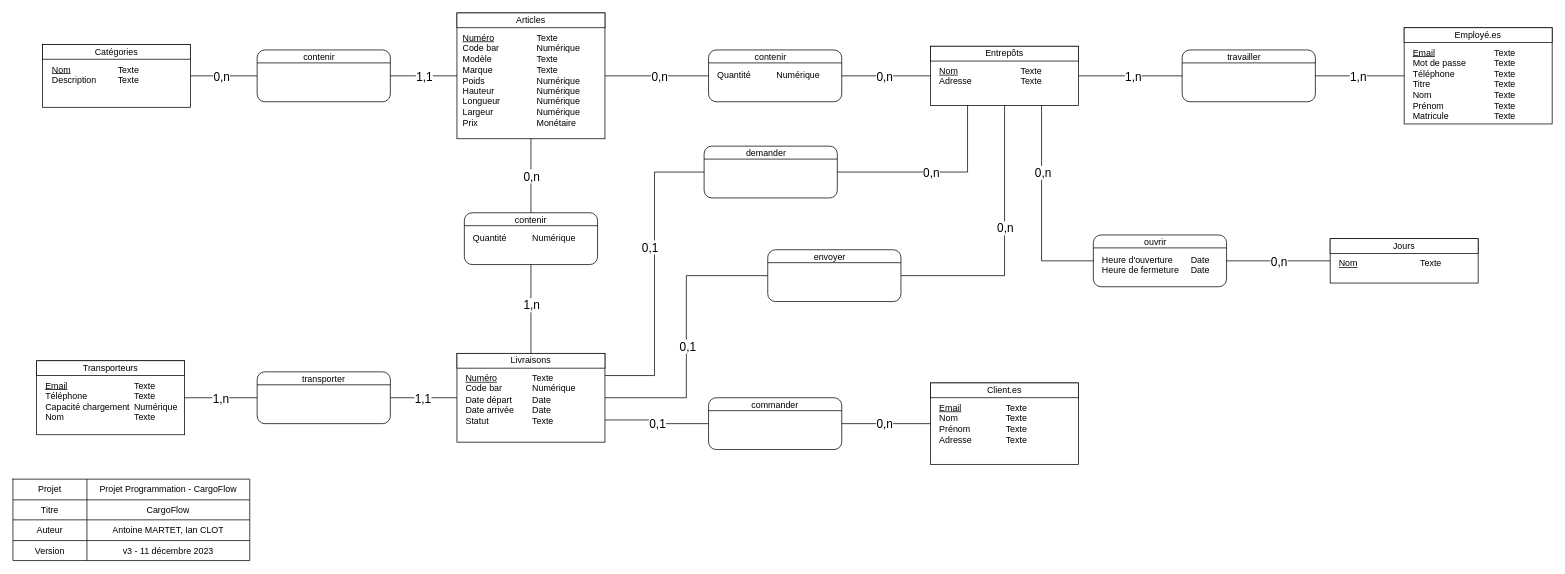
Earlier version of the draw.io diagram Documentation/CargoFlow_MCD_v3.drawio (AntoineMartet/CargoFlow). Source tidied: cells renumbered, new cells numbered last; positions are measured from the earlier drawing's top-left corner, leaving out a move shared by most shapes. Both pictures are drawn from the tidied source at 74%, with x=0, y=0 at pixel (13, 13).
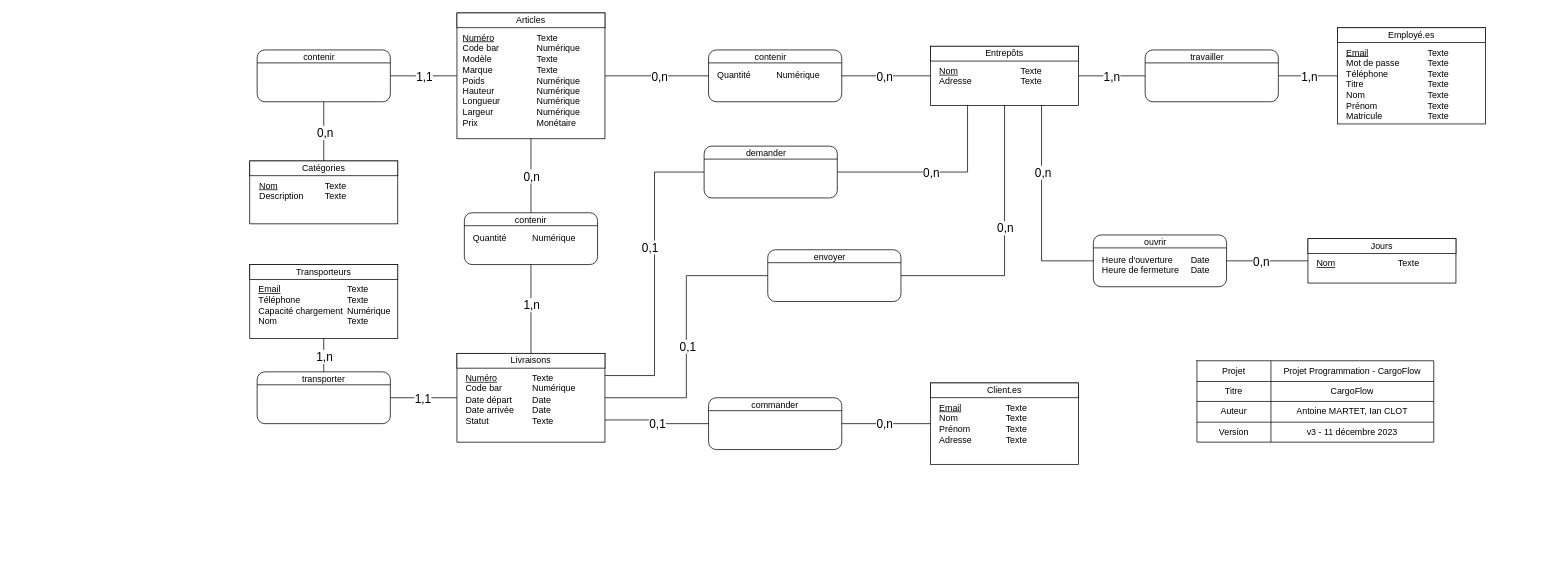
After the change.

The change refers to these unchanged cells:
```xml
<mxCell id="5" value="&lt;div style=&quot;box-sizing: border-box ; width: 100% ; padding: 2px&quot;&gt;&lt;br&gt;&lt;/div&gt;" style="verticalAlign=top;align=center;overflow=fill;html=1;rounded=1;shadow=0;comic=0;labelBackgroundColor=none;strokeColor=#000000;strokeWidth=1;fillColor=#ffffff;fontFamily=Verdana;fontSize=12;fontColor=#000000;" parent="1" vertex="1">
  <mxGeometry x="330" y="50" width="180" height="70" as="geometry" />
</mxCell>
<mxCell id="76" value="&lt;div style=&quot;box-sizing: border-box ; width: 100% ; padding: 2px&quot;&gt;&lt;br&gt;&lt;/div&gt;" style="verticalAlign=top;align=center;overflow=fill;html=1;rounded=1;shadow=0;comic=0;labelBackgroundColor=none;strokeColor=#000000;strokeWidth=1;fillColor=#ffffff;fontFamily=Verdana;fontSize=12;fontColor=#000000;" parent="1" vertex="1">
  <mxGeometry x="330" y="485" width="180" height="70" as="geometry" />
</mxCell>
<mxCell id="78" value="transporter" style="text;html=1;strokeColor=none;fillColor=none;align=center;verticalAlign=middle;whiteSpace=wrap;rounded=0;" parent="1" vertex="1">
  <mxGeometry x="360" y="485" width="120" height="20" as="geometry" />
</mxCell>
<mxCell id="92" style="edgeStyle=orthogonalEdgeStyle;rounded=0;jettySize=auto;html=1;startArrow=none;startFill=0;endArrow=none;endFill=0;exitX=0;exitY=0.5;exitDx=0;exitDy=0;entryX=1;entryY=0.5;entryDx=0;entryDy=0;" parent="1" edge="1" source="85" target="46">
  <mxGeometry relative="1" as="geometry" />
</mxCell>
<mxCell id="94" style="edgeStyle=orthogonalEdgeStyle;rounded=0;jettySize=auto;html=1;startArrow=none;startFill=0;endArrow=none;endFill=0;exitX=0;exitY=0.5;exitDx=0;exitDy=0;entryX=1;entryY=0.5;entryDx=0;entryDy=0;" parent="1" edge="1" source="88" target="85">
  <mxGeometry relative="1" as="geometry" />
</mxCell>
```

The edit, as a diff of the source:
```diff
@@
     <mxCell id="2" value="&lt;div style=&quot;box-sizing: border-box ; width: 100% ; padding: 2px&quot;&gt;&lt;br&gt;&lt;/div&gt;" style="verticalAlign=top;align=center;overflow=fill;html=1;rounded=0;shadow=0;comic=0;labelBackgroundColor=none;strokeColor=#000000;strokeWidth=1;fillColor=#ffffff;fontFamily=Verdana;fontSize=12;fontColor=#000000;" parent="1" vertex="1">
-      <mxGeometry x="40" y="42.5" width="200" height="85" as="geometry" />
+      <mxGeometry x="320" y="200" width="200" height="85" as="geometry" />
     </mxCell>
-    <mxCell id="3" style="edgeStyle=orthogonalEdgeStyle;html=1;labelBackgroundColor=none;startArrow=none;endArrow=none;fontFamily=Verdana;fontSize=12;align=left;exitX=1;exitY=0.5;exitDx=0;exitDy=0;entryX=0;entryY=0.5;entryDx=0;entryDy=0;startFill=0;endFill=0;rounded=0;" parent="1" edge="1" source="2" target="5">
+    <mxCell id="3" style="edgeStyle=orthogonalEdgeStyle;html=1;labelBackgroundColor=none;startArrow=none;endArrow=none;fontFamily=Verdana;fontSize=12;align=left;exitX=0.5;exitY=0;exitDx=0;exitDy=0;entryX=0.5;entryY=1;entryDx=0;entryDy=0;startFill=0;endFill=0;rounded=0;" parent="1" edge="1" source="9" target="5">
       <mxGeometry relative="1" as="geometry" />
     </mxCell>
     <mxCell id="4" value="0,n" style="text;html=1;align=center;verticalAlign=middle;labelBackgroundColor=#ffffff;direction=south;fontSize=16;" parent="3" vertex="1">
       <mxGeometry x="-0.77" y="-1" relative="1" as="geometry">
-        <mxPoint x="31" y="-1" as="offset" />
+        <mxPoint y="-30" as="offset" />
       </mxGeometry>
     </mxCell>
@@
     <mxCell id="9" value="Catégories" style="rounded=0;whiteSpace=wrap;html=1;" parent="1" vertex="1">
-      <mxGeometry x="40" y="42.5" width="200" height="20" as="geometry" />
+      <mxGeometry x="320" y="200" width="200" height="20" as="geometry" />
     </mxCell>
@@
     <mxCell id="11" value="&lt;u&gt;Nom&lt;/u&gt;&lt;br&gt;Description" style="text;html=1;strokeColor=none;fillColor=none;align=left;verticalAlign=top;whiteSpace=wrap;rounded=0;" parent="1" vertex="1">
-      <mxGeometry x="51" y="62.5" width="90" height="55" as="geometry" />
+      <mxGeometry x="331" y="220" width="90" height="55" as="geometry" />
     </mxCell>
     <mxCell id="12" value="Texte&lt;br&gt;Texte" style="text;html=1;strokeColor=none;fillColor=none;align=left;verticalAlign=top;whiteSpace=wrap;rounded=0;" parent="1" vertex="1">
-      <mxGeometry x="140" y="62.5" width="100" height="55" as="geometry" />
+      <mxGeometry x="420" y="220" width="100" height="55" as="geometry" />
     </mxCell>
@@
     <mxCell id="17" style="shape=table;html=1;whiteSpace=wrap;startSize=0;childLayout=tableLayout;" parent="1" vertex="1">
-      <mxGeometry y="630" width="320" height="110" as="geometry" />
+      <mxGeometry x="1600" y="470" width="320" height="110" as="geometry" />
     </mxCell>
@@
     <mxCell id="70" value="&lt;div style=&quot;box-sizing: border-box ; width: 100% ; padding: 2px&quot;&gt;&lt;br&gt;&lt;/div&gt;" style="verticalAlign=top;align=center;overflow=fill;html=1;rounded=0;shadow=0;comic=0;labelBackgroundColor=none;strokeColor=#000000;strokeWidth=1;fillColor=#ffffff;fontFamily=Verdana;fontSize=12;fontColor=#000000;" parent="1" vertex="1">
-      <mxGeometry x="32" y="470" width="200" height="100" as="geometry" />
+      <mxGeometry x="320" y="340" width="200" height="100" as="geometry" />
     </mxCell>
     <mxCell id="71" value="Transporteurs" style="rounded=0;whiteSpace=wrap;html=1;" parent="1" vertex="1">
-      <mxGeometry x="32" y="470" width="200" height="20" as="geometry" />
+      <mxGeometry x="320" y="340" width="200" height="20" as="geometry" />
     </mxCell>
     <mxCell id="72" value="&lt;u&gt;Email&lt;/u&gt;&lt;br&gt;Téléphone&lt;br&gt;Capacité chargement&lt;br&gt;&lt;span style=&quot;border-color: var(--border-color);&quot;&gt;Nom&lt;/span&gt;" style="text;html=1;strokeColor=none;fillColor=none;align=left;verticalAlign=top;whiteSpace=wrap;rounded=0;" parent="1" vertex="1">
-      <mxGeometry x="42" y="490" width="119" height="60" as="geometry" />
+      <mxGeometry x="330" y="360" width="119" height="60" as="geometry" />
     </mxCell>
     <mxCell id="73" value="Texte&lt;br&gt;Texte&lt;br&gt;Numérique&lt;br&gt;Texte" style="text;html=1;strokeColor=none;fillColor=none;align=left;verticalAlign=top;whiteSpace=wrap;rounded=0;" parent="1" vertex="1">
-      <mxGeometry x="162" y="490" width="86" height="70" as="geometry" />
+      <mxGeometry x="450" y="360" width="86" height="70" as="geometry" />
     </mxCell>
@@
-    <mxCell id="79" style="edgeStyle=orthogonalEdgeStyle;rounded=0;jettySize=auto;html=1;startArrow=none;startFill=0;endArrow=none;endFill=0;exitX=0;exitY=0.5;exitDx=0;exitDy=0;entryX=1;entryY=0.5;entryDx=0;entryDy=0;" parent="1" edge="1" source="76" target="70">
+    <mxCell id="79" style="edgeStyle=orthogonalEdgeStyle;rounded=0;jettySize=auto;html=1;startArrow=none;startFill=0;endArrow=none;endFill=0;exitX=0.5;exitY=0;exitDx=0;exitDy=0;entryX=0.5;entryY=1;entryDx=0;entryDy=0;" parent="1" edge="1" source="78" target="70">
       <mxGeometry relative="1" as="geometry" />
     </mxCell>
     <mxCell id="80" value="1,n" style="text;html=1;align=center;verticalAlign=middle;labelBackgroundColor=#ffffff;fontSize=16;" parent="79" vertex="1">
       <mxGeometry x="-0.65" relative="1" as="geometry">
-        <mxPoint x="-33" as="offset" />
+        <mxPoint y="-13" as="offset" />
       </mxGeometry>
     </mxCell>
@@
     <mxCell id="85" value="&lt;div style=&quot;box-sizing: border-box ; width: 100% ; padding: 2px&quot;&gt;&lt;br&gt;&lt;/div&gt;" style="verticalAlign=top;align=center;overflow=fill;html=1;rounded=1;shadow=0;comic=0;labelBackgroundColor=none;strokeColor=#000000;strokeWidth=1;fillColor=#ffffff;fontFamily=Verdana;fontSize=12;fontColor=#000000;" parent="1" vertex="1">
-      <mxGeometry x="1580" y="50" width="180" height="70" as="geometry" />
+      <mxGeometry x="1530" y="50" width="180" height="70" as="geometry" />
     </mxCell>
@@
     <mxCell id="87" value="travailler" style="text;html=1;strokeColor=none;fillColor=none;align=center;verticalAlign=middle;whiteSpace=wrap;rounded=0;" parent="1" vertex="1">
-      <mxGeometry x="1604" y="50" width="120" height="20" as="geometry" />
+      <mxGeometry x="1554" y="50" width="120" height="20" as="geometry" />
     </mxCell>
     <mxCell id="88" value="&lt;div style=&quot;box-sizing: border-box ; width: 100% ; padding: 2px&quot;&gt;&lt;br&gt;&lt;/div&gt;" style="verticalAlign=top;align=center;overflow=fill;html=1;rounded=0;shadow=0;comic=0;labelBackgroundColor=none;strokeColor=#000000;strokeWidth=1;fillColor=#ffffff;fontFamily=Verdana;fontSize=12;fontColor=#000000;" parent="1" vertex="1">
-      <mxGeometry x="1880" y="20" width="200" height="130" as="geometry" />
+      <mxGeometry x="1790" y="20" width="200" height="130" as="geometry" />
     </mxCell>
     <mxCell id="89" value="Employé.es" style="rounded=0;whiteSpace=wrap;html=1;" parent="1" vertex="1">
-      <mxGeometry x="1880" y="20" width="200" height="20" as="geometry" />
+      <mxGeometry x="1790" y="20" width="200" height="20" as="geometry" />
     </mxCell>
     <mxCell id="90" value="&lt;u&gt;Email&lt;br&gt;&lt;/u&gt;Mot de passe&lt;br&gt;Téléphone&lt;br&gt;Titre&lt;br&gt;Nom&lt;br&gt;Prénom&lt;br&gt;Matricule" style="text;html=1;strokeColor=none;fillColor=none;align=left;verticalAlign=top;whiteSpace=wrap;rounded=0;" parent="1" vertex="1">
-      <mxGeometry x="1890" y="40" width="110" height="110" as="geometry" />
+      <mxGeometry x="1800" y="40" width="110" height="110" as="geometry" />
     </mxCell>
     <mxCell id="91" value="Texte&lt;br&gt;Texte&lt;br&gt;Texte&lt;br&gt;Texte&lt;br&gt;Texte&lt;br&gt;Texte&lt;br&gt;Texte" style="text;html=1;strokeColor=none;fillColor=none;align=left;verticalAlign=top;whiteSpace=wrap;rounded=0;" parent="1" vertex="1">
-      <mxGeometry x="2000" y="40" width="80" height="110" as="geometry" />
+      <mxGeometry x="1910" y="40" width="80" height="110" as="geometry" />
     </mxCell>
@@
     <mxCell id="93" value="1,n" style="text;html=1;align=center;verticalAlign=middle;labelBackgroundColor=#ffffff;fontSize=16;" parent="92" vertex="1">
       <mxGeometry x="-0.65" relative="1" as="geometry">
-        <mxPoint x="-42" as="offset" />
+        <mxPoint x="-30" as="offset" />
       </mxGeometry>
     </mxCell>
@@
     <mxCell id="95" value="1,n" style="text;html=1;align=center;verticalAlign=middle;labelBackgroundColor=#ffffff;fontSize=16;" parent="94" vertex="1">
       <mxGeometry x="-0.65" relative="1" as="geometry">
-        <mxPoint x="-42" as="offset" />
+        <mxPoint x="-25" as="offset" />
       </mxGeometry>
     </mxCell>
@@
     <mxCell id="99" value="&lt;div style=&quot;box-sizing: border-box ; width: 100% ; padding: 2px&quot;&gt;&lt;br&gt;&lt;/div&gt;" style="verticalAlign=top;align=center;overflow=fill;html=1;rounded=0;shadow=0;comic=0;labelBackgroundColor=none;strokeColor=#000000;strokeWidth=1;fillColor=#ffffff;fontFamily=Verdana;fontSize=12;fontColor=#000000;" parent="1" vertex="1">
-      <mxGeometry x="1780" y="305" width="200" height="60" as="geometry" />
+      <mxGeometry x="1750" y="305" width="200" height="60" as="geometry" />
     </mxCell>
     <mxCell id="100" value="Jours" style="rounded=0;whiteSpace=wrap;html=1;" parent="1" vertex="1">
-      <mxGeometry x="1780" y="305" width="200" height="20" as="geometry" />
+      <mxGeometry x="1750" y="305" width="200" height="20" as="geometry" />
     </mxCell>
     <mxCell id="101" value="&lt;u&gt;Nom&lt;/u&gt;" style="text;html=1;strokeColor=none;fillColor=none;align=left;verticalAlign=top;whiteSpace=wrap;rounded=0;" parent="1" vertex="1">
-      <mxGeometry x="1790" y="325" width="110" height="30" as="geometry" />
+      <mxGeometry x="1760" y="325" width="110" height="30" as="geometry" />
     </mxCell>
     <mxCell id="102" value="Texte" style="text;html=1;strokeColor=none;fillColor=none;align=left;verticalAlign=top;whiteSpace=wrap;rounded=0;" parent="1" vertex="1">
-      <mxGeometry x="1900" y="325" width="70" height="30" as="geometry" />
+      <mxGeometry x="1870" y="325" width="70" height="30" as="geometry" />
     </mxCell>
```
